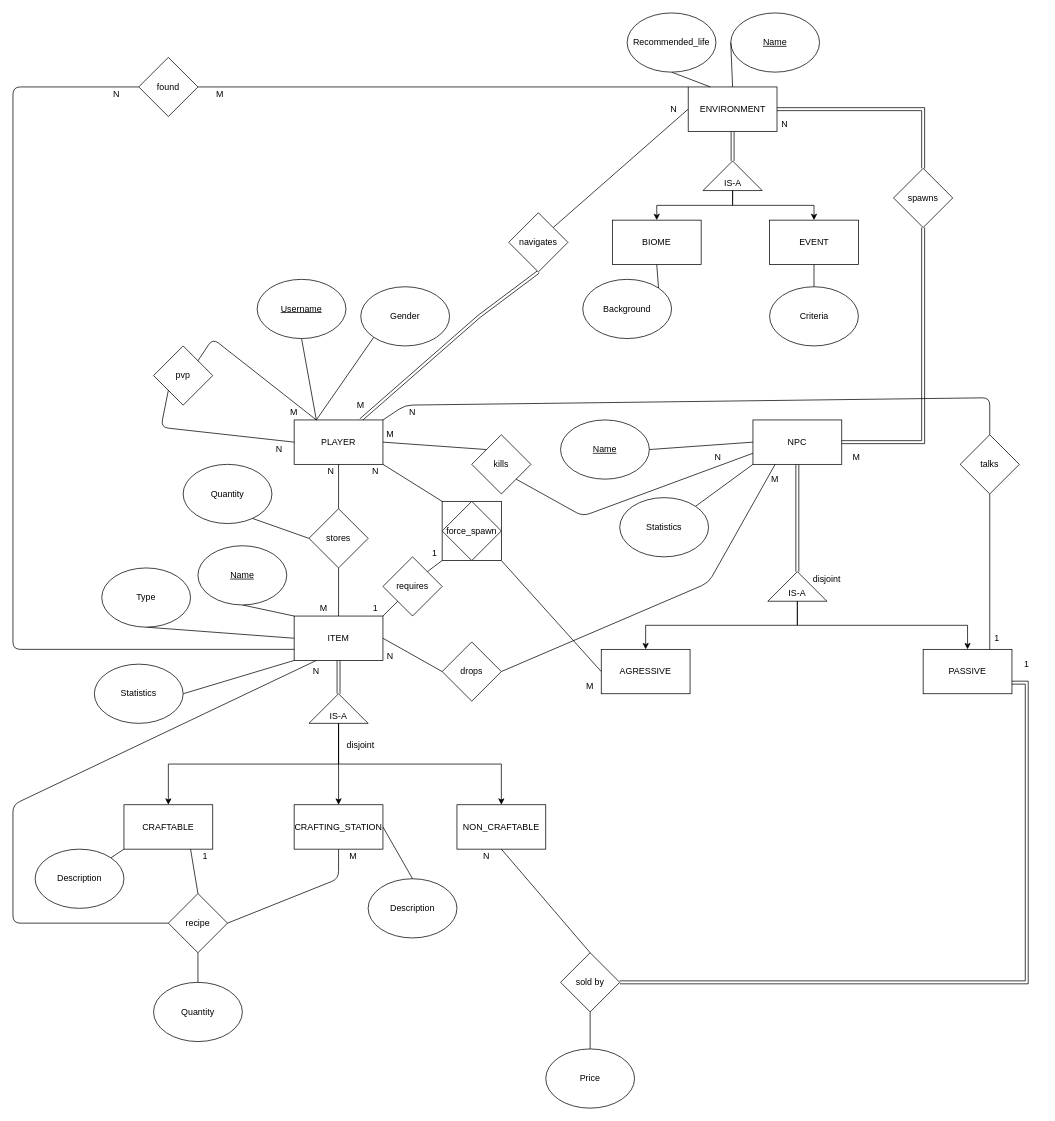
This is TerrariaER.drawio from ahridesu/guioes-BD, a draw.io file, before an edit. Source tidied: cells renumbered, new cells numbered last; positions are measured from the earlier drawing's top-left corner, leaving out a move shared by most shapes. Both pictures are drawn from the tidied source at 74%, with x=0, y=0 at pixel (13, 13).
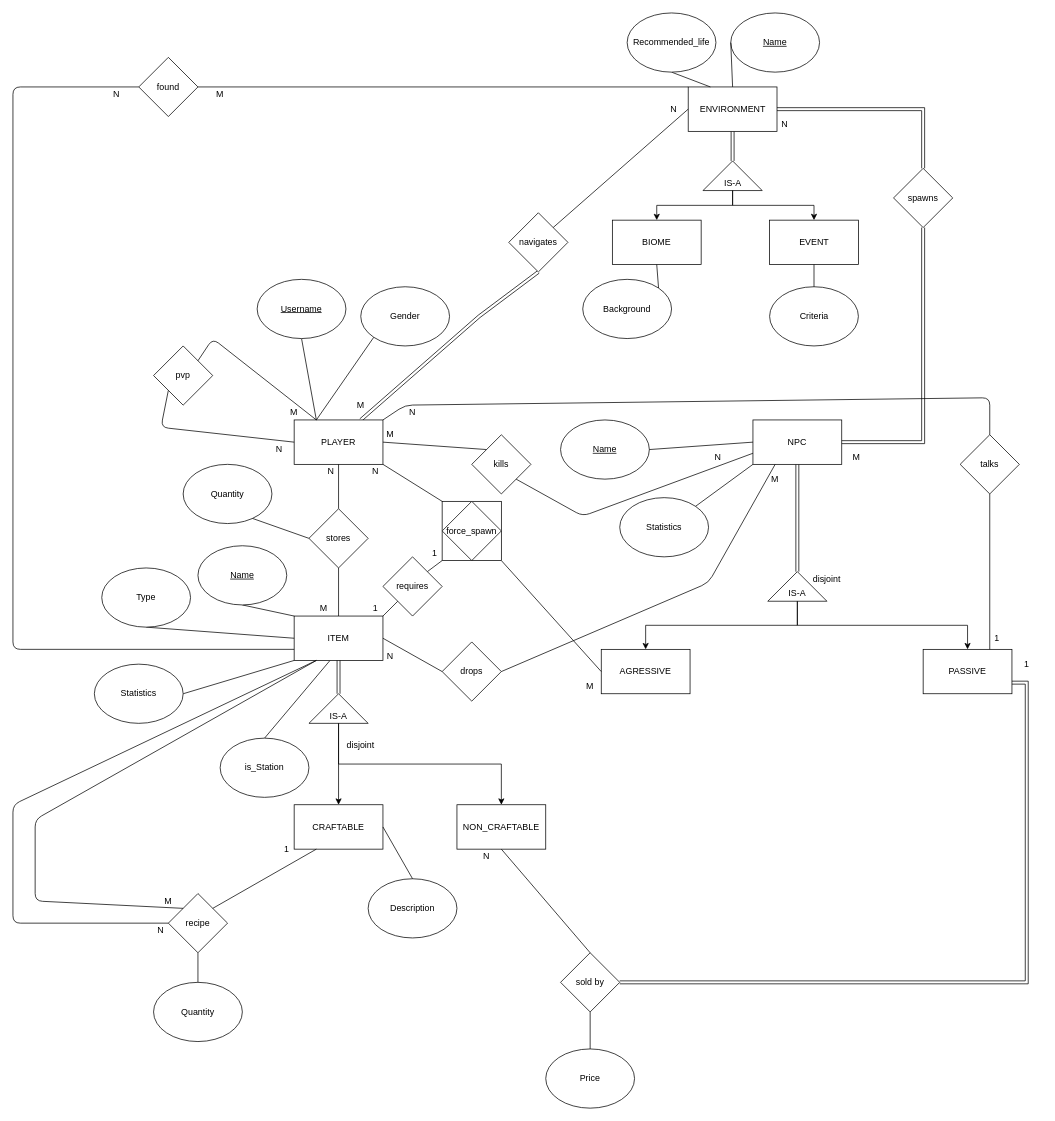
The same page after the edit.

The change refers to these unchanged cells:
```xml
<mxCell id="8" value="ITEM" style="rounded=0;whiteSpace=wrap;html=1;" parent="1" vertex="1">
  <mxGeometry x="380" y="815" width="120" height="60" as="geometry" />
</mxCell>
<mxCell id="24" value="IS-A" style="text;html=1;strokeColor=none;fillColor=none;align=center;verticalAlign=middle;whiteSpace=wrap;rounded=0;" parent="1" vertex="1">
  <mxGeometry x="420" y="940" width="40" height="20" as="geometry" />
</mxCell>
<mxCell id="28" value="recipe" style="rhombus;whiteSpace=wrap;html=1;" parent="1" vertex="1">
  <mxGeometry x="210" y="1190" width="80" height="80" as="geometry" />
</mxCell>
```

What changed in the source:
```diff
@@
-    <mxCell id="21" style="rounded=0;jettySize=auto;html=1;exitX=0.5;exitY=1;exitDx=0;exitDy=0;edgeStyle=orthogonalEdgeStyle;entryX=0.5;entryY=0;entryDx=0;entryDy=0;" parent="1" edge="1" source="24" target="25">
-      <mxGeometry relative="1" as="geometry" />
-    </mxCell>
@@
-    <mxCell id="25" value="CRAFTABLE" style="rounded=0;whiteSpace=wrap;html=1;" parent="1" vertex="1">
-      <mxGeometry x="150" y="1070" width="120" height="60" as="geometry" />
-    </mxCell>
@@
-    <mxCell id="27" value="CRAFTING_STATION" style="rounded=0;whiteSpace=wrap;html=1;" parent="1" vertex="1">
+    <mxCell id="27" value="CRAFTABLE" style="rounded=0;whiteSpace=wrap;html=1;" parent="1" vertex="1">
       <mxGeometry x="380" y="1070" width="120" height="60" as="geometry" />
     </mxCell>
@@
-    <mxCell id="30" style="endArrow=none;html=1;exitX=1;exitY=0.5;exitDx=0;exitDy=0;entryX=0.5;entryY=1;entryDx=0;entryDy=0;" parent="1" edge="1" source="28" target="27">
-      <mxGeometry relative="1" as="geometry">
-        <Array as="points">
-          <mxPoint x="440" y="1170" />
-        </Array>
-      </mxGeometry>
-    </mxCell>
@@
     <mxCell id="33" value="N" style="text;html=1;strokeColor=none;fillColor=none;align=center;verticalAlign=middle;whiteSpace=wrap;rounded=0;" parent="1" vertex="1">
-      <mxGeometry x="390" y="880" width="40" height="20" as="geometry" />
+      <mxGeometry x="180" y="1230" width="40" height="20" as="geometry" />
     </mxCell>
-    <mxCell id="34" value="M" style="text;html=1;strokeColor=none;fillColor=none;align=center;verticalAlign=middle;whiteSpace=wrap;rounded=0;" parent="1" vertex="1">
-      <mxGeometry x="440" y="1130" width="40" height="20" as="geometry" />
-    </mxCell>
@@
-    <mxCell id="115" style="endArrow=none;html=1;exitX=0.5;exitY=0;exitDx=0;exitDy=0;entryX=0.75;entryY=1;entryDx=0;entryDy=0;" parent="1" edge="1" source="28" target="25">
-      <mxGeometry relative="1" as="geometry" />
-    </mxCell>
-    <mxCell id="116" value="1" style="text;html=1;strokeColor=none;fillColor=none;align=center;verticalAlign=middle;whiteSpace=wrap;rounded=0;" parent="1" vertex="1">
-      <mxGeometry x="240" y="1130" width="40" height="20" as="geometry" />
-    </mxCell>
-    <mxCell id="117" style="endArrow=none;html=1;entryX=0;entryY=1;entryDx=0;entryDy=0;exitX=1;exitY=0;exitDx=0;exitDy=0;" parent="1" edge="1" source="118" target="25">
-      <mxGeometry relative="1" as="geometry" />
-    </mxCell>
-    <mxCell id="118" value="Description" style="ellipse;whiteSpace=wrap;html=1;" parent="1" vertex="1">
-      <mxGeometry x="30" y="1130" width="120" height="80" as="geometry" />
-    </mxCell>
@@
+    <mxCell id="126" style="endArrow=none;html=1;exitX=0.401;exitY=1.007;exitDx=0;exitDy=0;entryX=0.5;entryY=0;entryDx=0;entryDy=0;exitPerimeter=0;" parent="1" edge="1" source="8" target="127">
+      <mxGeometry relative="1" as="geometry" />
+    </mxCell>
+    <mxCell id="127" value="is_Station" style="ellipse;whiteSpace=wrap;html=1;" parent="1" vertex="1">
+      <mxGeometry x="280" y="980" width="120" height="80" as="geometry" />
+    </mxCell>
+    <mxCell id="30" style="endArrow=none;html=1;entryX=0.25;entryY=1;entryDx=0;entryDy=0;exitX=1;exitY=0;exitDx=0;exitDy=0;" parent="1" edge="1" source="28" target="27">
+      <mxGeometry relative="1" as="geometry" />
+    </mxCell>
+    <mxCell id="116" value="1" style="text;html=1;strokeColor=none;fillColor=none;align=center;verticalAlign=middle;whiteSpace=wrap;rounded=0;" parent="1" vertex="1">
+      <mxGeometry x="350" y="1120" width="40" height="20" as="geometry" />
+    </mxCell>
+    <mxCell id="128" style="endArrow=none;html=1;entryX=0.25;entryY=1;entryDx=0;entryDy=0;exitX=0;exitY=0;exitDx=0;exitDy=0;" parent="1" edge="1" source="28" target="8">
+      <mxGeometry relative="1" as="geometry">
+        <Array as="points">
+          <mxPoint x="30" y="1200" />
+          <mxPoint x="30" y="1090" />
+        </Array>
+      </mxGeometry>
+    </mxCell>
+    <mxCell id="34" value="M" style="text;html=1;strokeColor=none;fillColor=none;align=center;verticalAlign=middle;whiteSpace=wrap;rounded=0;" parent="1" vertex="1">
+      <mxGeometry x="190" y="1190" width="40" height="20" as="geometry" />
+    </mxCell>
```
